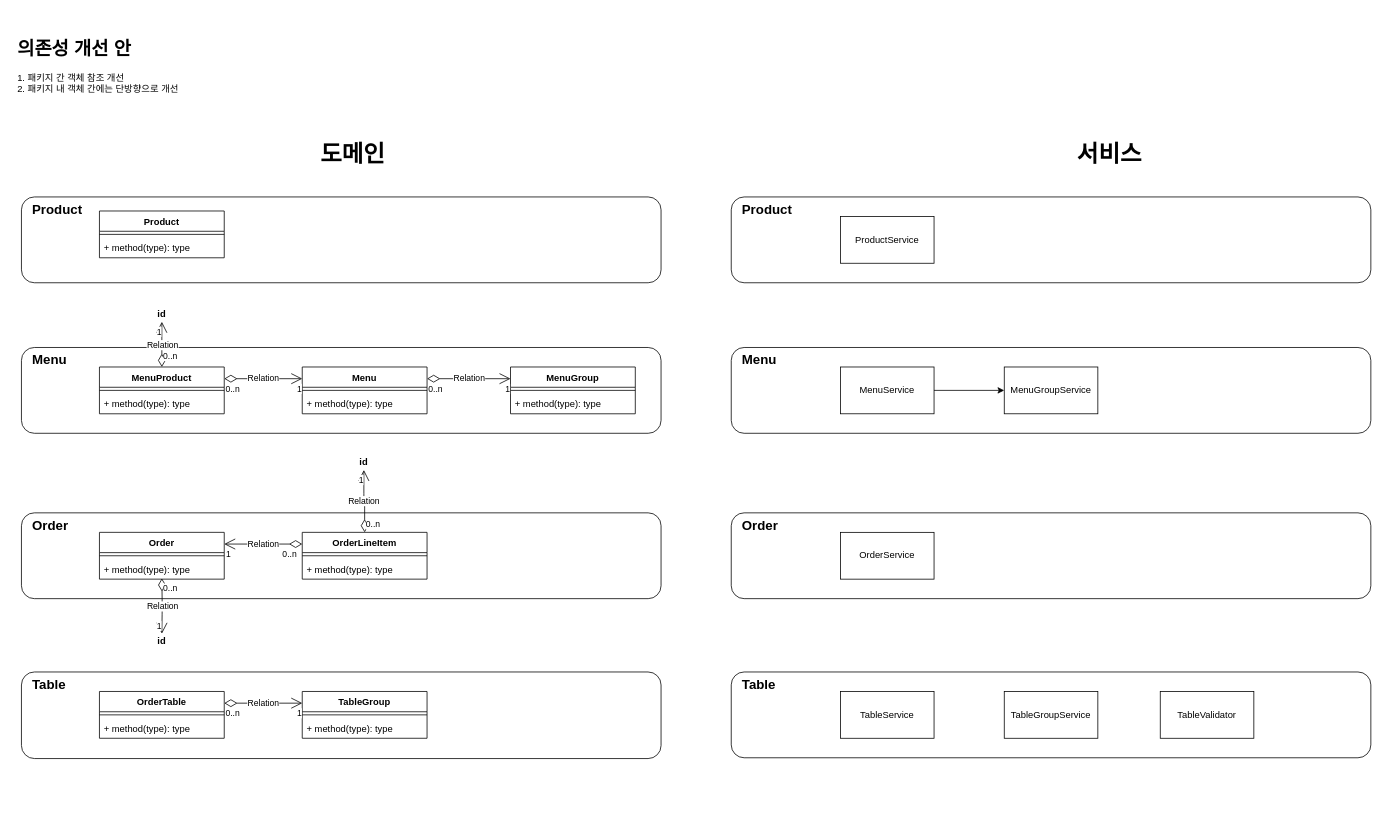
Earlier version of the draw.io diagram page "의존성 개선 안" (2 of 2) of docs/의존성_정리.drawio (next-step/jwp-refactoring). Source tidied: cells renumbered, new cells numbered last; positions are measured from the earlier drawing's top-left corner, leaving out a move shared by most shapes. Both pictures are drawn from the tidied source at 78%, with x=0, y=0 at pixel (13, 25).
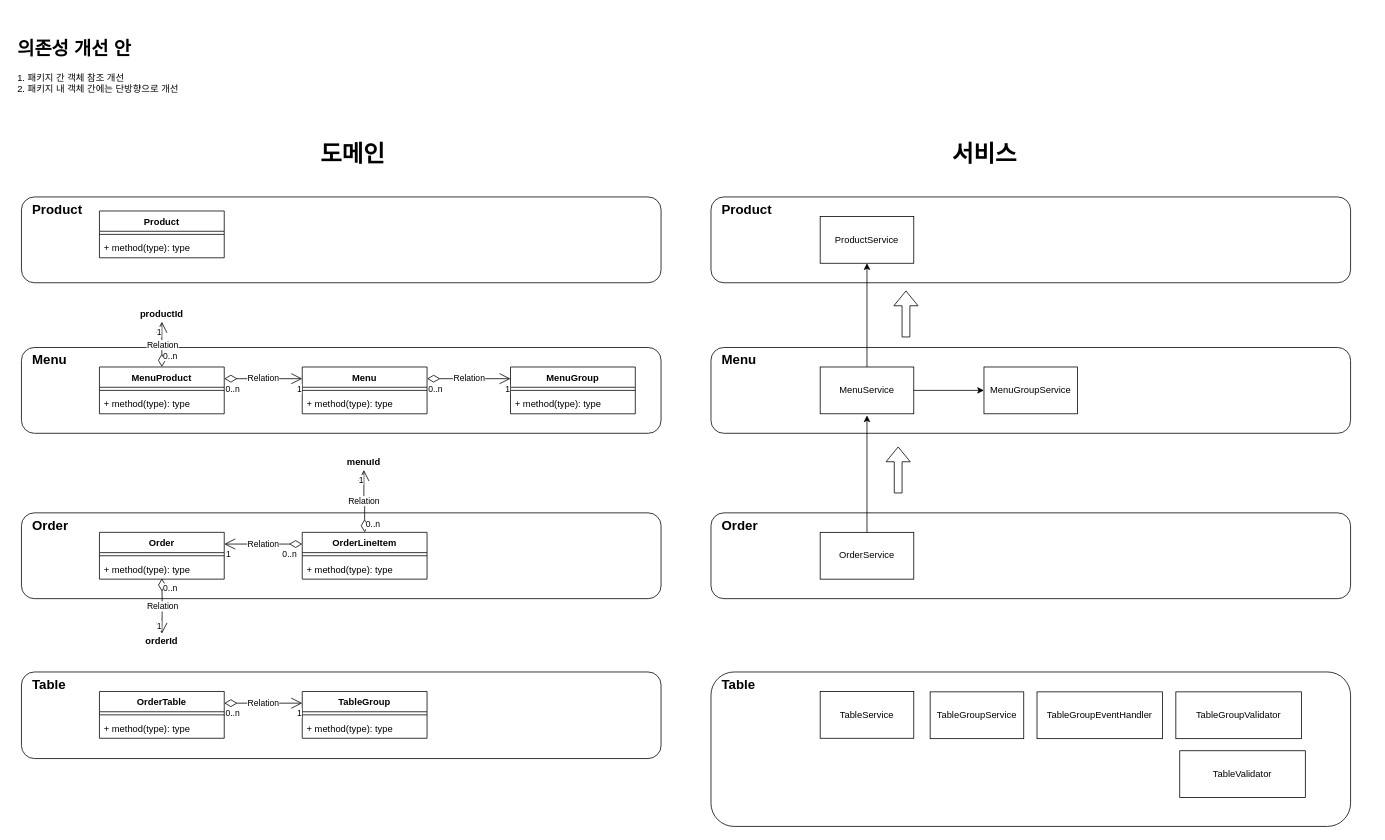
After the change.

What changed in the source:
```diff
@@
-    <mxCell id="3" value="&lt;b style=&quot;font-size: 17px;&quot;&gt;Menu&lt;/b&gt;" style="rounded=1;whiteSpace=wrap;html=1;align=left;verticalAlign=top;fontSize=17;fontColor=#000000;spacingLeft=12;" parent="1" vertex="1">
-      <mxGeometry x="920" y="413" width="820" height="110" as="geometry" />
-    </mxCell>
@@
+    <mxCell id="54" value="도메인" style="text;html=1;strokeColor=none;fillColor=none;align=center;verticalAlign=middle;whiteSpace=wrap;rounded=0;fontSize=30;fontColor=#000000;fontStyle=1;" parent="1" vertex="1">
+      <mxGeometry x="250" y="140" width="370" height="50" as="geometry" />
+    </mxCell>
+    <mxCell id="65" value="productId" style="text;html=1;strokeColor=none;fillColor=none;align=center;verticalAlign=middle;whiteSpace=wrap;rounded=0;fontSize=12;fontColor=#000000;fontStyle=1;" parent="1" vertex="1">
+      <mxGeometry x="170" y="360" width="40" height="20" as="geometry" />
+    </mxCell>
+    <mxCell id="66" value="menuId" style="text;html=1;strokeColor=none;fillColor=none;align=center;verticalAlign=middle;whiteSpace=wrap;rounded=0;fontSize=12;fontColor=#000000;fontStyle=1;" parent="1" vertex="1">
+      <mxGeometry x="429" y="550" width="40" height="20" as="geometry" />
+    </mxCell>
+    <mxCell id="67" value="orderId" style="text;html=1;strokeColor=none;fillColor=none;align=center;verticalAlign=middle;whiteSpace=wrap;rounded=0;fontSize=12;fontColor=#000000;fontStyle=1;" parent="1" vertex="1">
+      <mxGeometry x="170" y="780" width="40" height="20" as="geometry" />
+    </mxCell>
+    <mxCell id="3" value="&lt;b style=&quot;font-size: 17px;&quot;&gt;Menu&lt;/b&gt;" style="rounded=1;whiteSpace=wrap;html=1;align=left;verticalAlign=top;fontSize=17;fontColor=#000000;spacingLeft=12;" parent="1" vertex="1">
+      <mxGeometry x="894" y="413" width="820" height="110" as="geometry" />
+    </mxCell>
     <mxCell id="53" value="&lt;b style=&quot;font-size: 17px&quot;&gt;Product&lt;/b&gt;" style="rounded=1;whiteSpace=wrap;html=1;align=left;verticalAlign=top;fontSize=17;fontColor=#000000;spacingLeft=12;" parent="1" vertex="1">
-      <mxGeometry x="920" y="220" width="820" height="110" as="geometry" />
+      <mxGeometry x="894" y="220" width="820" height="110" as="geometry" />
     </mxCell>
-    <mxCell id="54" value="도메인" style="text;html=1;strokeColor=none;fillColor=none;align=center;verticalAlign=middle;whiteSpace=wrap;rounded=0;fontSize=30;fontColor=#000000;fontStyle=1;" parent="1" vertex="1">
-      <mxGeometry x="250" y="140" width="370" height="50" as="geometry" />
-    </mxCell>
     <mxCell id="55" value="서비스" style="text;html=1;strokeColor=none;fillColor=none;align=center;verticalAlign=middle;whiteSpace=wrap;rounded=0;fontSize=30;fontColor=#000000;fontStyle=1;" parent="1" vertex="1">
-      <mxGeometry x="1220" y="140" width="370" height="50" as="geometry" />
+      <mxGeometry x="1060" y="140" width="370" height="50" as="geometry" />
     </mxCell>
     <mxCell id="56" value="ProductService" style="rounded=0;whiteSpace=wrap;html=1;fontSize=12;fontColor=#000000;align=center;verticalAlign=middle;" parent="1" vertex="1">
-      <mxGeometry x="1060" y="245" width="120" height="60" as="geometry" />
+      <mxGeometry x="1034" y="245" width="120" height="60" as="geometry" />
     </mxCell>
     <mxCell id="57" value="&lt;b style=&quot;font-size: 17px&quot;&gt;Order&lt;/b&gt;" style="rounded=1;whiteSpace=wrap;html=1;align=left;verticalAlign=top;fontSize=17;fontColor=#000000;spacingLeft=12;" parent="1" vertex="1">
-      <mxGeometry x="920" y="625" width="820" height="110" as="geometry" />
+      <mxGeometry x="894" y="625" width="820" height="110" as="geometry" />
     </mxCell>
     <mxCell id="58" value="&lt;b&gt;Table&lt;/b&gt;" style="rounded=1;whiteSpace=wrap;html=1;align=left;verticalAlign=top;fontSize=17;fontColor=#000000;spacingLeft=12;" parent="1" vertex="1">
-      <mxGeometry x="920" y="829" width="820" height="110" as="geometry" />
+      <mxGeometry x="894" y="829" width="820" height="198" as="geometry" />
     </mxCell>
     <mxCell id="59" value="MenuService" style="rounded=0;whiteSpace=wrap;html=1;fontSize=12;fontColor=#000000;align=center;verticalAlign=middle;" parent="1" vertex="1">
-      <mxGeometry x="1060" y="438" width="120" height="60" as="geometry" />
+      <mxGeometry x="1034" y="438" width="120" height="60" as="geometry" />
     </mxCell>
     <mxCell id="60" value="MenuGroupService" style="rounded=0;whiteSpace=wrap;html=1;fontSize=12;fontColor=#000000;align=center;verticalAlign=middle;" parent="1" vertex="1">
-      <mxGeometry x="1270" y="438" width="120" height="60" as="geometry" />
+      <mxGeometry x="1244" y="438" width="120" height="60" as="geometry" />
     </mxCell>
     <mxCell id="61" value="TableService" style="rounded=0;whiteSpace=wrap;html=1;fontSize=12;fontColor=#000000;align=center;verticalAlign=middle;" parent="1" vertex="1">
-      <mxGeometry x="1060" y="854" width="120" height="60" as="geometry" />
+      <mxGeometry x="1034" y="854" width="120" height="60" as="geometry" />
     </mxCell>
     <mxCell id="62" value="TableGroupService" style="rounded=0;whiteSpace=wrap;html=1;fontSize=12;fontColor=#000000;align=center;verticalAlign=middle;" parent="1" vertex="1">
-      <mxGeometry x="1270" y="854" width="120" height="60" as="geometry" />
+      <mxGeometry x="1175" y="854.5" width="120" height="60" as="geometry" />
     </mxCell>
     <mxCell id="63" value="OrderService" style="rounded=0;whiteSpace=wrap;html=1;fontSize=12;fontColor=#000000;align=center;verticalAlign=middle;" parent="1" vertex="1">
-      <mxGeometry x="1060" y="650" width="120" height="60" as="geometry" />
+      <mxGeometry x="1034" y="650" width="120" height="60" as="geometry" />
     </mxCell>
+    <mxCell id="69" style="endArrow=classic;html=1;fontSize=12;fontColor=#000000;exitX=0.5;exitY=0;exitDx=0;exitDy=0;entryX=0.5;entryY=1;entryDx=0;entryDy=0;" parent="1" edge="1" source="59" target="56">
+      <mxGeometry relative="1" as="geometry" />
+    </mxCell>
@@
-    <mxCell id="65" value="id" style="text;html=1;strokeColor=none;fillColor=none;align=center;verticalAlign=middle;whiteSpace=wrap;rounded=0;fontSize=12;fontColor=#000000;fontStyle=1;" parent="1" vertex="1">
-      <mxGeometry x="170" y="360" width="40" height="20" as="geometry" />
-    </mxCell>
-    <mxCell id="66" value="id" style="text;html=1;strokeColor=none;fillColor=none;align=center;verticalAlign=middle;whiteSpace=wrap;rounded=0;fontSize=12;fontColor=#000000;fontStyle=1;" parent="1" vertex="1">
-      <mxGeometry x="429" y="550" width="40" height="20" as="geometry" />
-    </mxCell>
-    <mxCell id="67" value="id" style="text;html=1;strokeColor=none;fillColor=none;align=center;verticalAlign=middle;whiteSpace=wrap;rounded=0;fontSize=12;fontColor=#000000;fontStyle=1;" parent="1" vertex="1">
-      <mxGeometry x="170" y="780" width="40" height="20" as="geometry" />
-    </mxCell>
+    <mxCell id="70" style="endArrow=classic;html=1;fontSize=12;fontColor=#000000;exitX=0.5;exitY=0;exitDx=0;exitDy=0;" parent="1" edge="1" source="63">
+      <mxGeometry relative="1" as="geometry">
+        <mxPoint x="1094" y="500" as="targetPoint" />
+        <Array as="points">
+          <mxPoint x="1094" y="500" />
+        </Array>
+      </mxGeometry>
+    </mxCell>
+    <mxCell id="71" style="shape=flexArrow;endArrow=classic;html=1;fontSize=11;fontColor=#000000;" parent="1" edge="1">
+      <mxGeometry relative="1" as="geometry">
+        <mxPoint x="1134" y="600" as="sourcePoint" />
+        <mxPoint x="1134" y="540" as="targetPoint" />
+      </mxGeometry>
+    </mxCell>
+    <mxCell id="72" style="shape=flexArrow;endArrow=classic;html=1;fontSize=11;fontColor=#000000;" parent="1" edge="1">
+      <mxGeometry relative="1" as="geometry">
+        <mxPoint x="1144" y="400" as="sourcePoint" />
+        <mxPoint x="1144" y="340" as="targetPoint" />
+      </mxGeometry>
+    </mxCell>
+    <mxCell id="73" value="TableGroupEventHandler" style="rounded=0;whiteSpace=wrap;html=1;fontSize=12;fontColor=#000000;align=center;verticalAlign=middle;" parent="1" vertex="1">
+      <mxGeometry x="1312" y="854.5" width="161" height="60" as="geometry" />
+    </mxCell>
+    <mxCell id="74" value="TableGroupValidator" style="rounded=0;whiteSpace=wrap;html=1;fontSize=12;fontColor=#000000;align=center;verticalAlign=middle;" parent="1" vertex="1">
+      <mxGeometry x="1490" y="854.5" width="161" height="60" as="geometry" />
+    </mxCell>
     <mxCell id="68" value="TableValidator" style="rounded=0;whiteSpace=wrap;html=1;fontSize=12;fontColor=#000000;align=center;verticalAlign=middle;" parent="1" vertex="1">
-      <mxGeometry x="1470" y="854" width="120" height="60" as="geometry" />
+      <mxGeometry x="1495" y="930" width="161" height="60" as="geometry" />
     </mxCell>
```
